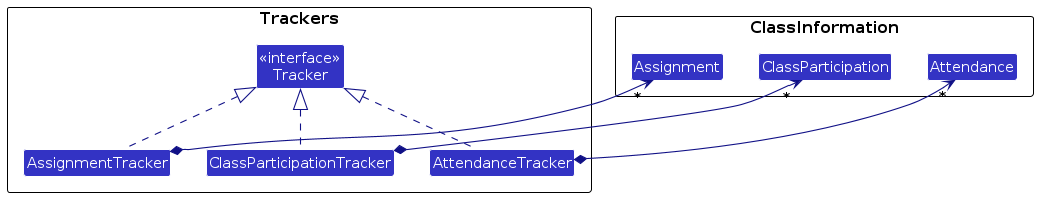
Earlier version of the PlantUML export diagrams/ClassInformation.png (AY2324S1-CS2103T-T11-1/tp). Its source is kept beside it as diagrams/ClassInformation.puml.
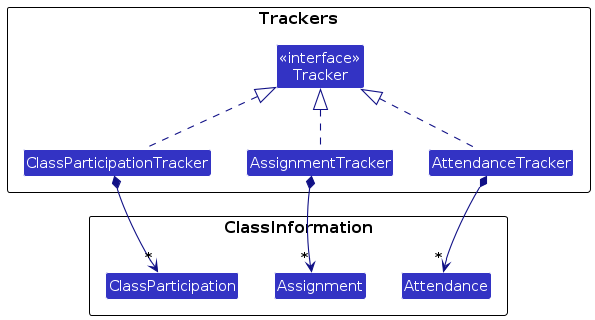
After the change.

Change to the diagram source:
```diff
@@ -12,11 +12,15 @@
 Class ClassParticipationTracker
 }
 
-package ClassInformation as ClassGradesPackage {
+package ClassInformation\n as ClassGradesPackage {
 Class Attendance
 Class Assignment
 Class ClassParticipation
 }
+
+Attendance -[hidden]up-> AttendanceTracker
+Assignment -[hidden]up-> AssignmentTracker
+ClassParticipation -[hidden]up-> ClassParticipationTracker
 
 AttendanceTracker .up.|> Tracker
 AssignmentTracker .up.|> Tracker
```
